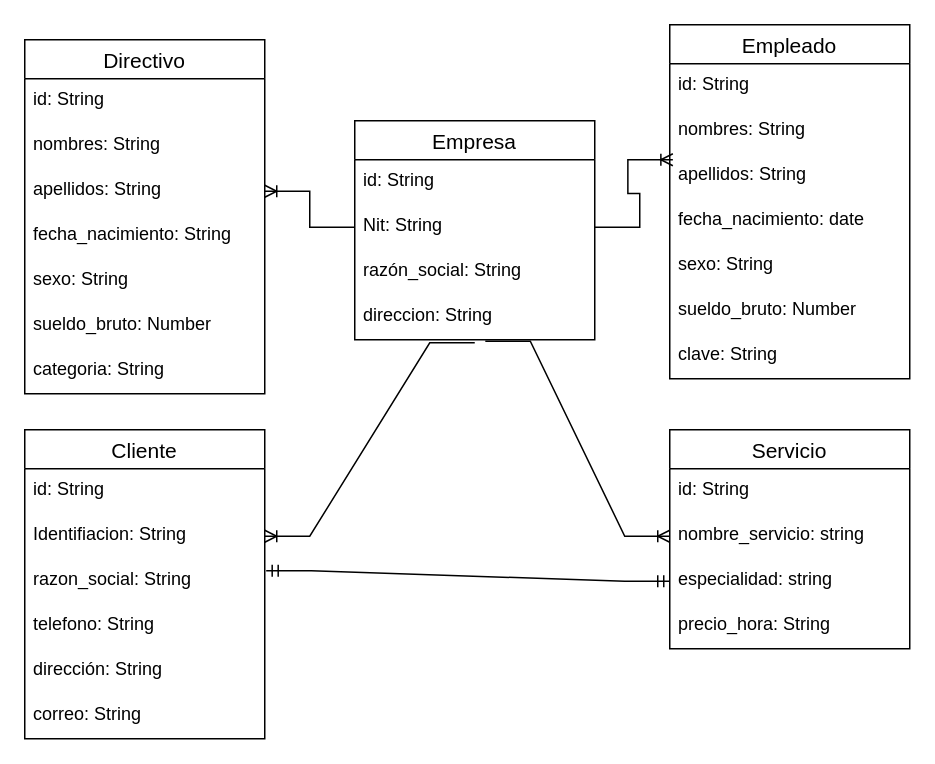
Before: Documentos base/modelo ER- proyecto Ash.drawio in hpinzon9/Gestion-Servicios-TIC-ASH, a draw.io diagram. Source tidied: cells renumbered, new cells numbered last; positions are measured from the earlier drawing's top-left corner, leaving out a move shared by most shapes. Both pictures are drawn from the tidied source at 150%, with x=0, y=0 at pixel (24, 24).
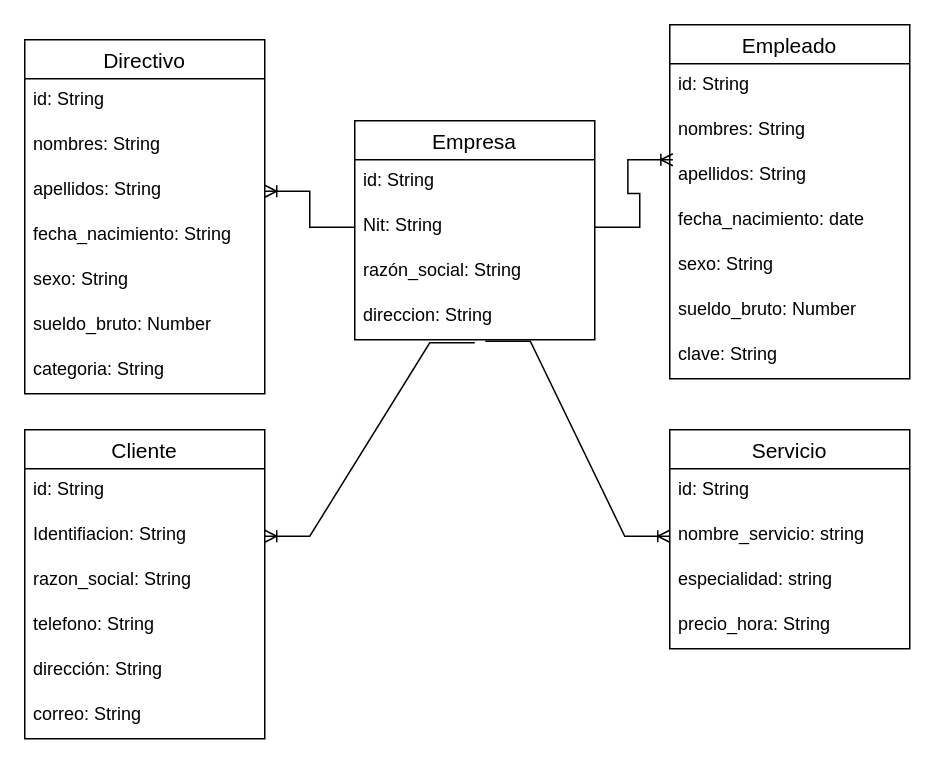
The same page after the edit.

Unchanged cells that the change refers to:
```xml
<mxCell id="18" value="razon_social: String" style="text;strokeColor=none;fillColor=none;spacingLeft=4;spacingRight=4;overflow=hidden;points=[[0,0.5],[1,0.5]];portConstraint=eastwest;fontSize=12;" parent="15" vertex="1">
  <mxGeometry y="86" width="160" height="30" as="geometry" />
</mxCell>
<mxCell id="33" value="especialidad: string" style="text;strokeColor=none;fillColor=none;spacingLeft=4;spacingRight=4;overflow=hidden;points=[[0,0.5],[1,0.5]];portConstraint=eastwest;fontSize=12;" parent="30" vertex="1">
  <mxGeometry y="86" width="160" height="30" as="geometry" />
</mxCell>
```

What changed in the source:
```diff
@@
-    <mxCell id="39" style="edgeStyle=entityRelationEdgeStyle;fontSize=12;html=1;endArrow=ERmandOne;startArrow=ERmandOne;rounded=0;exitX=1.006;exitY=0.267;exitDx=0;exitDy=0;exitPerimeter=0;entryX=0;entryY=0.5;entryDx=0;entryDy=0;" parent="1" edge="1" source="18" target="33">
-      <mxGeometry relative="1" as="geometry" />
-    </mxCell>
```
